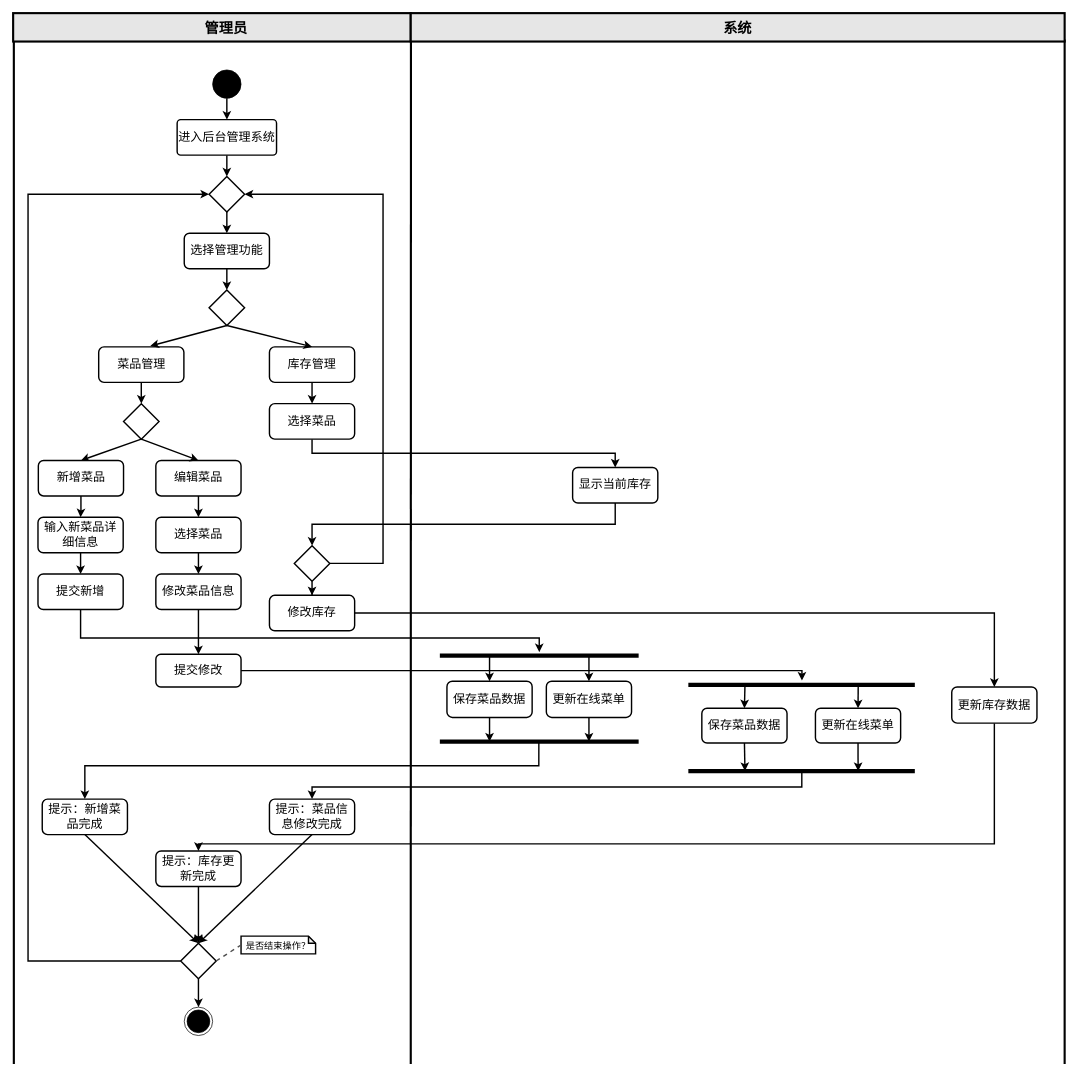
This is 软工餐厅后台活动图.drawio from motewei/DrawingBed, a draw.io file, before an edit. Source tidied: cells renumbered, new cells numbered last; positions are measured from the earlier drawing's top-left corner, leaving out a move shared by most shapes. Both pictures are drawn from the tidied source at 71%, with x=0, y=0 at pixel (13, 13).
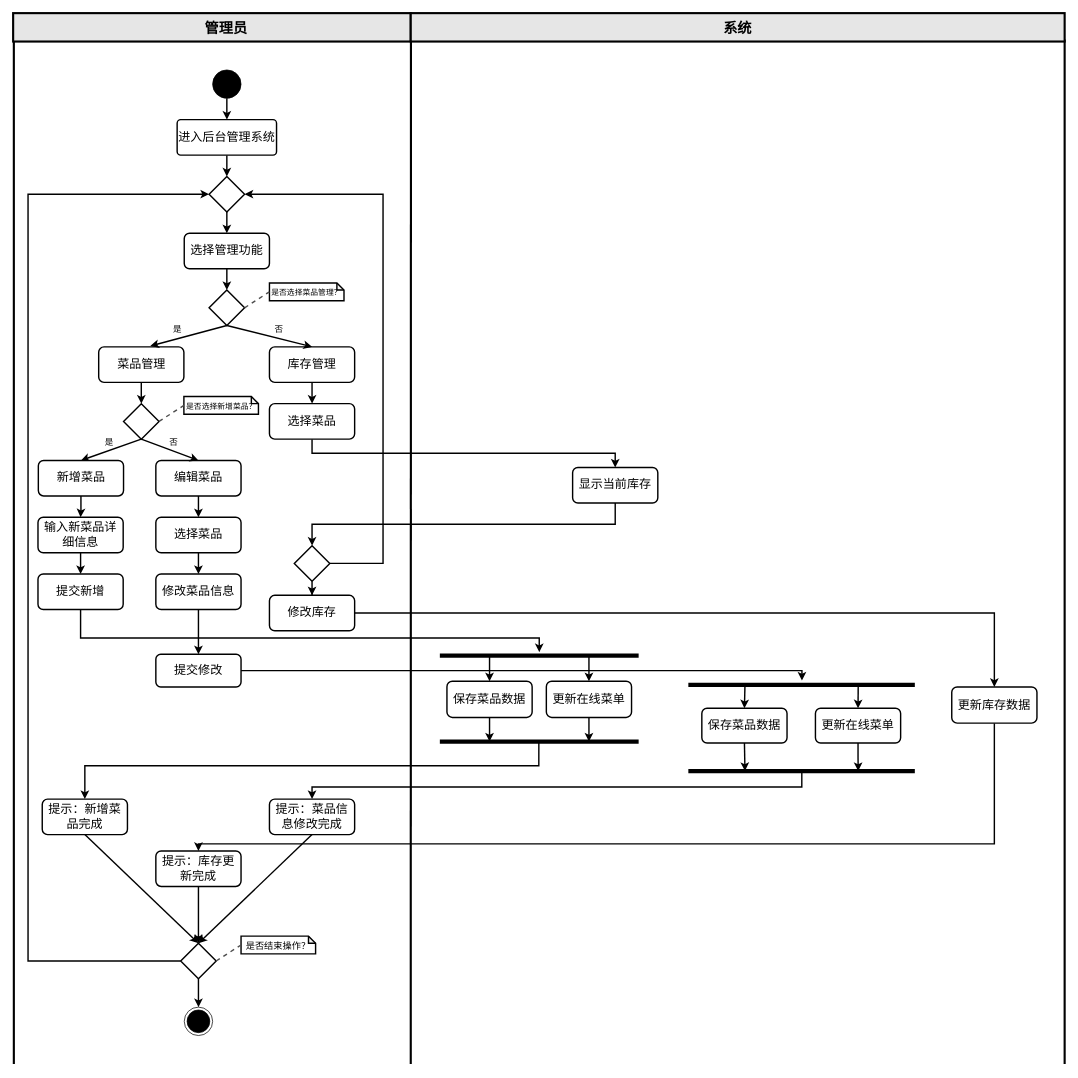
Above is the later version.

Commit message:
更新软工餐厅后台活动图.drawio

What changed in the source:
```diff
@@
+    <mxCell id="82" value="是" style="text;html=1;align=center;verticalAlign=middle;strokeColor=none;fillColor=none;" parent="1" vertex="1">
+      <mxGeometry x="211" y="430" width="40" height="30" as="geometry" />
+    </mxCell>
+    <mxCell id="83" value="否" style="text;html=1;align=center;verticalAlign=middle;strokeColor=none;fillColor=none;" parent="1" vertex="1">
+      <mxGeometry x="353.5" y="430" width="40" height="30" as="geometry" />
+    </mxCell>
+    <mxCell id="84" value="&lt;font style=&quot;font-size: 11px;&quot;&gt;是否选择菜品管理？&lt;/font&gt;" style="shape=note;whiteSpace=wrap;html=1;backgroundOutline=1;darkOpacity=0.05;size=10;fontSize=13;fontFamily=黑体;strokeWidth=2;" parent="1" vertex="1">
+      <mxGeometry x="361" y="380" width="105" height="25" as="geometry" />
+    </mxCell>
+    <mxCell id="85" style="rounded=0;jettySize=auto;html=1;exitX=1;exitY=0.5;exitDx=0;exitDy=0;entryX=0;entryY=0.5;entryDx=0;entryDy=0;entryPerimeter=0;endArrow=none;startFill=0;dashed=1;strokeWidth=2;strokeColor=#4D4D4D;fontSize=17;fontFamily=黑体;" parent="1" edge="1" target="84">
+      <mxGeometry relative="1" as="geometry">
+        <mxPoint x="326" y="415" as="sourcePoint" />
+      </mxGeometry>
+    </mxCell>
+    <mxCell id="86" value="&lt;font style=&quot;font-size: 11px;&quot;&gt;是否选择新增菜品？&lt;/font&gt;" style="shape=note;whiteSpace=wrap;html=1;backgroundOutline=1;darkOpacity=0.05;size=10;fontSize=13;fontFamily=黑体;strokeWidth=2;" parent="1" vertex="1">
+      <mxGeometry x="240.5" y="540" width="105" height="25" as="geometry" />
+    </mxCell>
+    <mxCell id="87" style="rounded=0;jettySize=auto;html=1;exitX=1;exitY=0.5;exitDx=0;exitDy=0;entryX=0;entryY=0.5;entryDx=0;entryDy=0;entryPerimeter=0;endArrow=none;startFill=0;dashed=1;strokeWidth=2;strokeColor=#4D4D4D;fontSize=17;fontFamily=黑体;" parent="1" edge="1" target="86">
+      <mxGeometry relative="1" as="geometry">
+        <mxPoint x="205.5" y="575" as="sourcePoint" />
+      </mxGeometry>
+    </mxCell>
+    <mxCell id="88" value="是" style="text;html=1;align=center;verticalAlign=middle;strokeColor=none;fillColor=none;" parent="1" vertex="1">
+      <mxGeometry x="115" y="590" width="40" height="30" as="geometry" />
+    </mxCell>
+    <mxCell id="89" value="否" style="text;html=1;align=center;verticalAlign=middle;strokeColor=none;fillColor=none;" parent="1" vertex="1">
+      <mxGeometry x="205.5" y="590" width="40" height="30" as="geometry" />
+    </mxCell>
```
